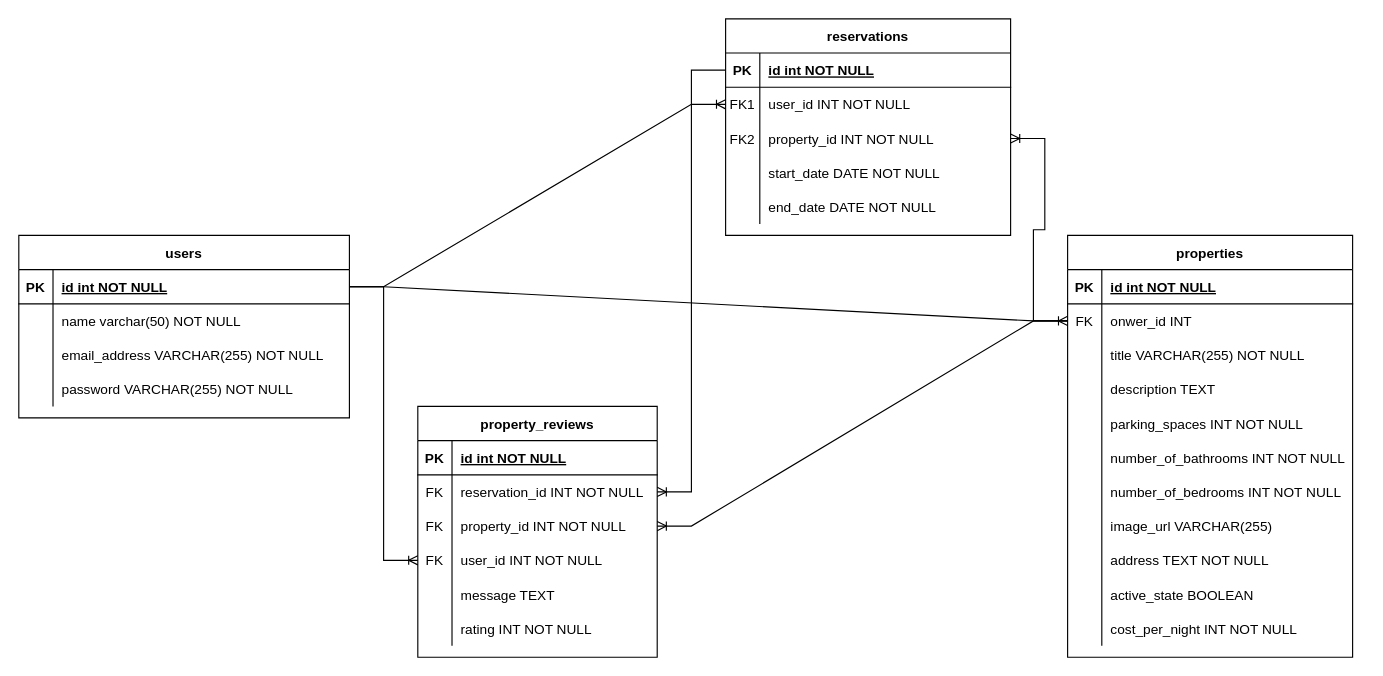
Above: Untitled Diagram.drawio in bopepsi/ERD (draw.io), before the change. Source tidied: cells renumbered, new cells numbered last; positions are measured from the earlier drawing's top-left corner, leaving out a move shared by most shapes. Both pictures are drawn from the tidied source at 114%, with x=0, y=0 at pixel (18, 18).
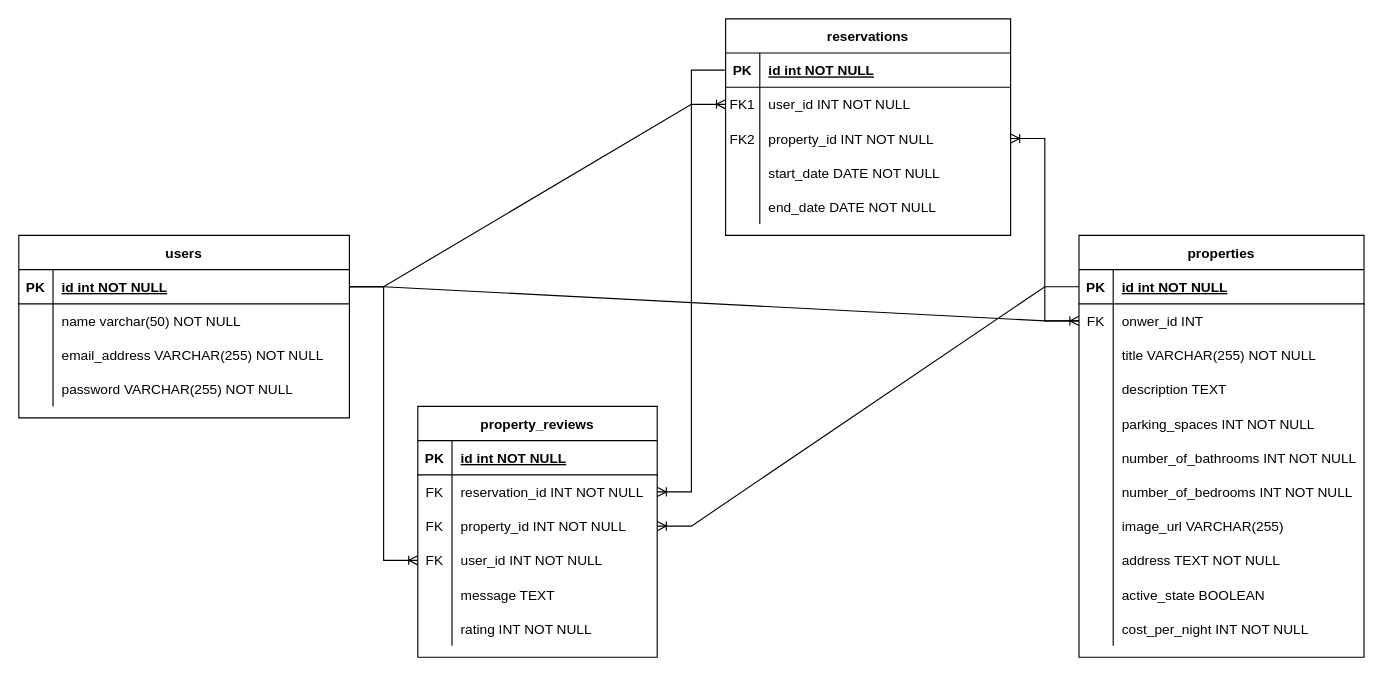
After the change.

Unchanged cells that the change refers to:
```xml
<mxCell id="3" style="shape=partialRectangle;fillColor=none;points=[[0,0.5],[1,0.5]];portConstraint=eastwest;top=0;left=0;right=0;bottom=1;" parent="2" vertex="1">
  <mxGeometry y="30" width="250" height="30" as="geometry" />
</mxCell>
<mxCell id="6" style="shape=tableRow;horizontal=0;startSize=0;swimlaneHead=0;swimlaneBody=0;fillColor=none;points=[[0,0.5],[1,0.5]];portConstraint=eastwest;top=0;left=0;right=0;bottom=0;" parent="2" vertex="1">
  <mxGeometry y="60" width="250" height="30" as="geometry" />
</mxCell>
<mxCell id="72" style="shape=tableRow;horizontal=0;startSize=0;swimlaneHead=0;swimlaneBody=0;fillColor=none;points=[[0,0.5],[1,0.5]];portConstraint=eastwest;top=0;left=0;right=0;bottom=0;" parent="65" vertex="1">
  <mxGeometry y="90" width="210" height="30" as="geometry" />
</mxCell>
```

Diff of the diagram source:
```diff
@@
     <mxCell id="2" value="properties" style="shape=table;startSize=30;childLayout=tableLayout;rowLines=0;fontStyle=1;align=center;" parent="1" vertex="1">
-      <mxGeometry x="920" y="190" width="250" height="370" as="geometry" />
+      <mxGeometry x="930" y="190" width="250" height="370" as="geometry" />
     </mxCell>
@@
-    <mxCell id="88" style="edgeStyle=entityRelationEdgeStyle;fontSize=12;html=1;endArrow=ERoneToMany;rounded=0;exitX=0;exitY=0.5;exitDx=0;exitDy=0;" parent="1" edge="1" source="6" target="72">
+    <mxCell id="88" style="edgeStyle=entityRelationEdgeStyle;fontSize=12;html=1;endArrow=ERoneToMany;rounded=0;exitX=0;exitY=0.5;exitDx=0;exitDy=0;" parent="1" edge="1" source="3" target="72">
       <mxGeometry relative="1" as="geometry" />
     </mxCell>
```
